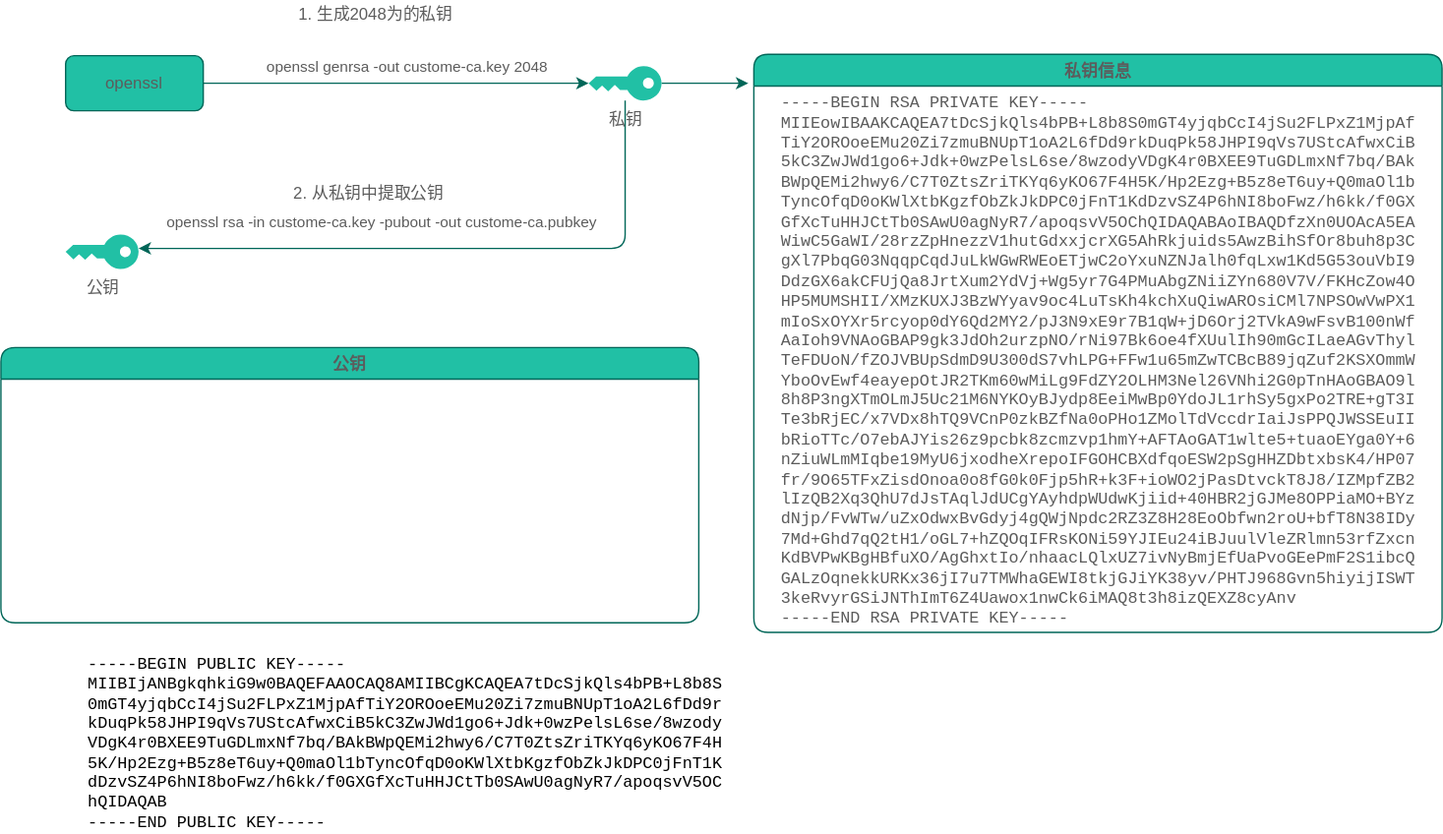
Earlier version of the draw.io export openssl.drawio.svg (jpanda-cn/static-resources). Source tidied: cells renumbered, new cells last; positions are measured from the earlier drawing's top-left corner, leaving out a move shared by most shapes.
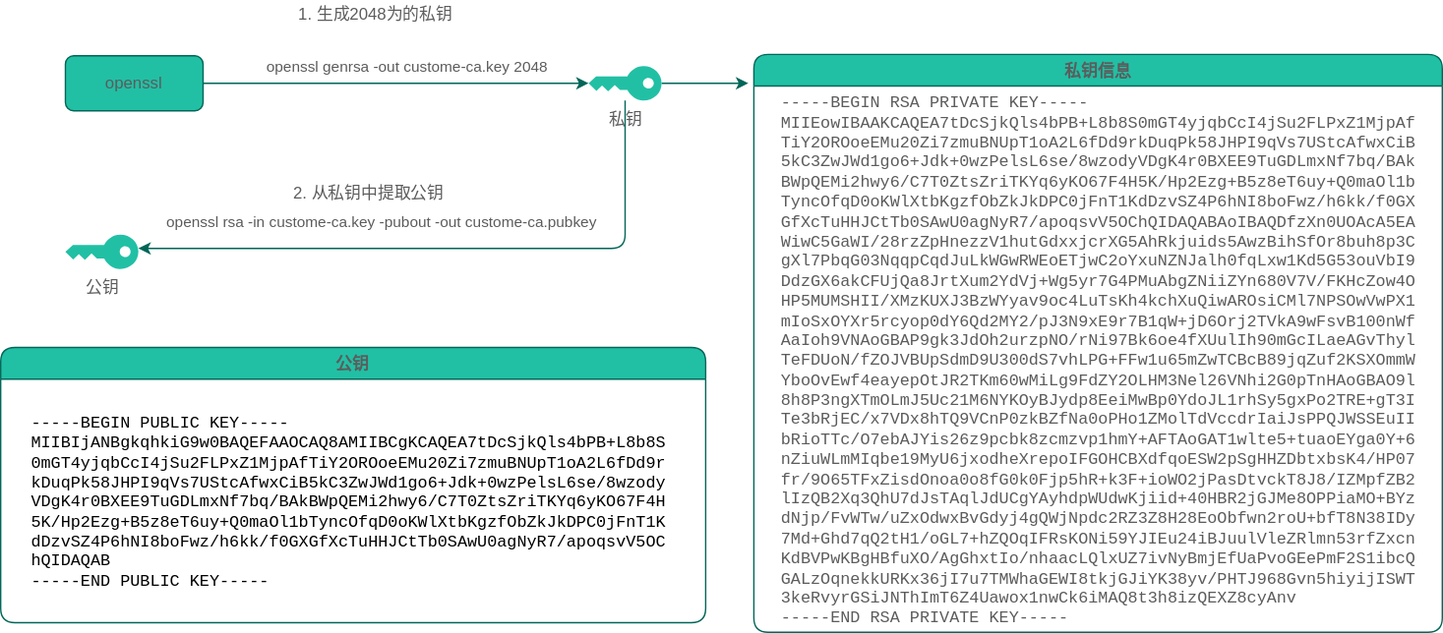
After the commit.

The edit, as a diff of the source:
```diff
@@ -47,13 +47,13 @@
       <mxGeometry x="10" y="32.5" width="480" height="380" as="geometry" />
     </mxCell>
     <mxCell id="14" value="公钥" style="swimlane;labelBackgroundColor=none;rounded=1;fillColor=#21C0A5;strokeColor=#006658;fontColor=#5C5C5C;" parent="1" vertex="1">
-      <mxGeometry y="252" width="507" height="200" as="geometry" />
+      <mxGeometry y="252" width="512" height="200" as="geometry" />
     </mxCell>
     <mxCell id="15" value="&lt;div style=&quot;text-align: start; font-family: &amp;quot;MesloLGS NF&amp;quot;, monospace;&quot;&gt;&lt;br&gt;&lt;/div&gt;" style="text;html=1;align=center;verticalAlign=middle;strokeColor=none;fillColor=none;labelBackgroundColor=none;rounded=1;fontColor=#5C5C5C;" parent="14" vertex="1">
       <mxGeometry x="240" y="93" width="20" height="20" as="geometry" />
     </mxCell>
-    <mxCell id="16" value="&lt;div style=&quot;caret-color: rgb(0, 0, 0); color: rgb(0, 0, 0); font-family: &amp;quot;MesloLGS NF&amp;quot;, monospace; text-align: start;&quot;&gt;-----BEGIN PUBLIC KEY-----&amp;nbsp;&lt;/div&gt;&lt;div style=&quot;caret-color: rgb(0, 0, 0); color: rgb(0, 0, 0); font-family: &amp;quot;MesloLGS NF&amp;quot;, monospace; text-align: start;&quot;&gt;MIIBIjANBgkqhkiG9w0BAQEFAAOCAQ8AMIIBCgKCAQEA7tDcSjkQls4bPB+L8b8S&amp;nbsp;&lt;/div&gt;&lt;div style=&quot;caret-color: rgb(0, 0, 0); color: rgb(0, 0, 0); font-family: &amp;quot;MesloLGS NF&amp;quot;, monospace; text-align: start;&quot;&gt;0mGT4yjqbCcI4jSu2FLPxZ1MjpAfTiY2OROoeEMu20Zi7zmuBNUpT1oA2L6fDd9r&amp;nbsp;&lt;/div&gt;&lt;div style=&quot;caret-color: rgb(0, 0, 0); color: rgb(0, 0, 0); font-family: &amp;quot;MesloLGS NF&amp;quot;, monospace; text-align: start;&quot;&gt;kDuqPk58JHPI9qVs7UStcAfwxCiB5kC3ZwJWd1go6+Jdk+0wzPelsL6se/8wzody&amp;nbsp;&lt;/div&gt;&lt;div style=&quot;caret-color: rgb(0, 0, 0); color: rgb(0, 0, 0); font-family: &amp;quot;MesloLGS NF&amp;quot;, monospace; text-align: start;&quot;&gt;VDgK4r0BXEE9TuGDLmxNf7bq/BAkBWpQEMi2hwy6/C7T0ZtsZriTKYq6yKO67F4H&amp;nbsp;&lt;/div&gt;&lt;div style=&quot;caret-color: rgb(0, 0, 0); color: rgb(0, 0, 0); font-family: &amp;quot;MesloLGS NF&amp;quot;, monospace; text-align: start;&quot;&gt;5K/Hp2Ezg+B5z8eT6uy+Q0maOl1bTyncOfqD0oKWlXtbKgzfObZkJkDPC0jFnT1K&amp;nbsp;&lt;/div&gt;&lt;div style=&quot;caret-color: rgb(0, 0, 0); color: rgb(0, 0, 0); font-family: &amp;quot;MesloLGS NF&amp;quot;, monospace; text-align: start;&quot;&gt;dDzvSZ4P6hNI8boFwz/h6kk/f0GXGfXcTuHHJCtTb0SAwU0agNyR7/apoqsvV5OC&amp;nbsp;&lt;/div&gt;&lt;div style=&quot;caret-color: rgb(0, 0, 0); color: rgb(0, 0, 0); font-family: &amp;quot;MesloLGS NF&amp;quot;, monospace; text-align: start;&quot;&gt;hQIDAQAB&amp;nbsp;&lt;/div&gt;&lt;div style=&quot;caret-color: rgb(0, 0, 0); color: rgb(0, 0, 0); font-family: &amp;quot;MesloLGS NF&amp;quot;, monospace; text-align: start;&quot;&gt;-----END PUBLIC KEY-----&lt;/div&gt;" style="text;html=1;align=center;verticalAlign=middle;strokeColor=none;fillColor=none;rounded=1;fontColor=#5C5C5C;" parent="1" vertex="1">
-      <mxGeometry x="57" y="475" width="480" height="130" as="geometry" />
+    <mxCell id="16" value="&lt;div style=&quot;caret-color: rgb(0, 0, 0); color: rgb(0, 0, 0); font-family: &amp;quot;MesloLGS NF&amp;quot;, monospace; text-align: start;&quot;&gt;-----BEGIN PUBLIC KEY-----&amp;nbsp;&lt;/div&gt;&lt;div style=&quot;caret-color: rgb(0, 0, 0); color: rgb(0, 0, 0); font-family: &amp;quot;MesloLGS NF&amp;quot;, monospace; text-align: start;&quot;&gt;MIIBIjANBgkqhkiG9w0BAQEFAAOCAQ8AMIIBCgKCAQEA7tDcSjkQls4bPB+L8b8S&amp;nbsp;&lt;/div&gt;&lt;div style=&quot;caret-color: rgb(0, 0, 0); color: rgb(0, 0, 0); font-family: &amp;quot;MesloLGS NF&amp;quot;, monospace; text-align: start;&quot;&gt;0mGT4yjqbCcI4jSu2FLPxZ1MjpAfTiY2OROoeEMu20Zi7zmuBNUpT1oA2L6fDd9r&amp;nbsp;&lt;/div&gt;&lt;div style=&quot;caret-color: rgb(0, 0, 0); color: rgb(0, 0, 0); font-family: &amp;quot;MesloLGS NF&amp;quot;, monospace; text-align: start;&quot;&gt;kDuqPk58JHPI9qVs7UStcAfwxCiB5kC3ZwJWd1go6+Jdk+0wzPelsL6se/8wzody&amp;nbsp;&lt;/div&gt;&lt;div style=&quot;caret-color: rgb(0, 0, 0); color: rgb(0, 0, 0); font-family: &amp;quot;MesloLGS NF&amp;quot;, monospace; text-align: start;&quot;&gt;VDgK4r0BXEE9TuGDLmxNf7bq/BAkBWpQEMi2hwy6/C7T0ZtsZriTKYq6yKO67F4H&amp;nbsp;&lt;/div&gt;&lt;div style=&quot;caret-color: rgb(0, 0, 0); color: rgb(0, 0, 0); font-family: &amp;quot;MesloLGS NF&amp;quot;, monospace; text-align: start;&quot;&gt;5K/Hp2Ezg+B5z8eT6uy+Q0maOl1bTyncOfqD0oKWlXtbKgzfObZkJkDPC0jFnT1K&amp;nbsp;&lt;/div&gt;&lt;div style=&quot;caret-color: rgb(0, 0, 0); color: rgb(0, 0, 0); font-family: &amp;quot;MesloLGS NF&amp;quot;, monospace; text-align: start;&quot;&gt;dDzvSZ4P6hNI8boFwz/h6kk/f0GXGfXcTuHHJCtTb0SAwU0agNyR7/apoqsvV5OC&amp;nbsp;&lt;/div&gt;&lt;div style=&quot;caret-color: rgb(0, 0, 0); color: rgb(0, 0, 0); font-family: &amp;quot;MesloLGS NF&amp;quot;, monospace; text-align: start;&quot;&gt;hQIDAQAB&amp;nbsp;&lt;/div&gt;&lt;div style=&quot;caret-color: rgb(0, 0, 0); color: rgb(0, 0, 0); font-family: &amp;quot;MesloLGS NF&amp;quot;, monospace; text-align: start;&quot;&gt;-----END PUBLIC KEY-----&lt;/div&gt;" style="text;html=1;align=center;verticalAlign=middle;strokeColor=none;fillColor=none;rounded=1;fontColor=#5C5C5C;" parent="14" vertex="1">
+      <mxGeometry x="16" y="48" width="480" height="130" as="geometry" />
     </mxCell>
   </root>
 </mxGraphModel>
```
